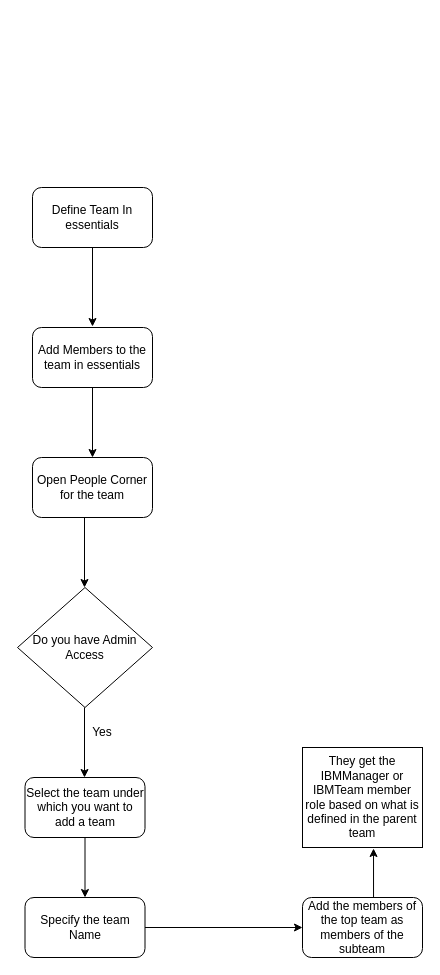
bhagyaravi/knative-ocp-3.11 keeps this draw.io diagram as Nested Team Management.drawio. Above is the earlier version. Source tidied: cells renumbered, new cells numbered last; positions are measured from the earlier drawing's top-left corner, leaving out a move shared by most shapes. Both pictures are drawn from the tidied source at 100%, with x=0, y=0 at pixel (17, 187).
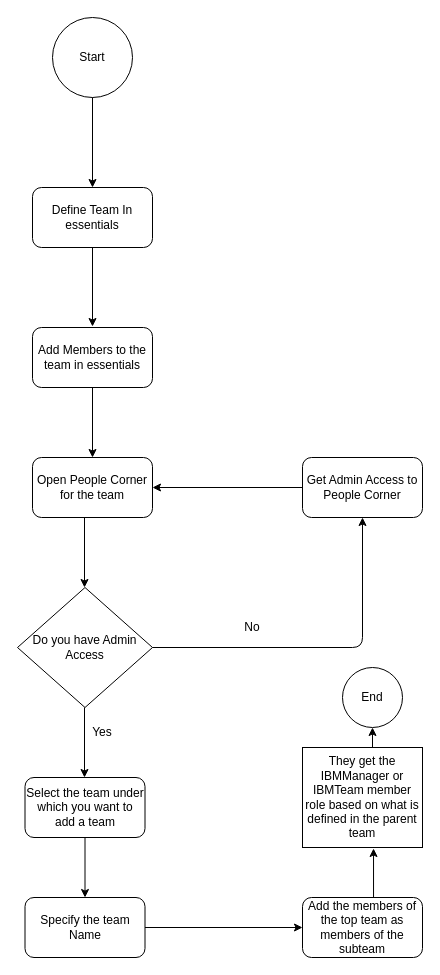
After the change.

Unchanged cells that the change refers to:
```xml
<mxCell id="2" value="Define Team In essentials" style="rounded=1;whiteSpace=wrap;html=1;" parent="1" vertex="1">
  <mxGeometry x="15" width="120" height="60" as="geometry" />
</mxCell>
<mxCell id="4" value="Open People Corner for the team" style="rounded=1;whiteSpace=wrap;html=1;" parent="1" vertex="1">
  <mxGeometry x="15" y="270" width="120" height="60" as="geometry" />
</mxCell>
<mxCell id="5" value="Do you have Admin Access" style="rhombus;whiteSpace=wrap;html=1;" parent="1" vertex="1">
  <mxGeometry y="400" width="135" height="120" as="geometry" />
</mxCell>
```

The edit, as a diff of the source:
```diff
@@
+    <mxCell id="18" value="No" style="text;html=1;strokeColor=none;fillColor=none;align=center;verticalAlign=middle;whiteSpace=wrap;rounded=0;" parent="1" vertex="1">
+      <mxGeometry x="215" y="430" width="40" height="20" as="geometry" />
+    </mxCell>
+    <mxCell id="19" style="endArrow=classic;html=1;exitX=1;exitY=0.5;exitDx=0;exitDy=0;" parent="1" edge="1" source="5" target="20">
+      <mxGeometry relative="1" as="geometry">
+        <Array as="points">
+          <mxPoint x="345" y="460" />
+        </Array>
+      </mxGeometry>
+    </mxCell>
+    <mxCell id="20" value="Get Admin Access to People Corner" style="rounded=1;whiteSpace=wrap;html=1;" parent="1" vertex="1">
+      <mxGeometry x="285" y="270" width="120" height="60" as="geometry" />
+    </mxCell>
+    <mxCell id="21" style="endArrow=classic;html=1;exitX=0;exitY=0.5;exitDx=0;exitDy=0;entryX=1;entryY=0.5;entryDx=0;entryDy=0;" parent="1" edge="1" source="20" target="4">
+      <mxGeometry relative="1" as="geometry" />
+    </mxCell>
+    <mxCell id="22" value="End" style="ellipse;whiteSpace=wrap;html=1;" parent="1" vertex="1">
+      <mxGeometry x="325" y="480" width="60" height="60" as="geometry" />
+    </mxCell>
+    <mxCell id="23" style="endArrow=classic;html=1;entryX=0.5;entryY=1;entryDx=0;entryDy=0;" parent="1" edge="1" target="22">
+      <mxGeometry relative="1" as="geometry">
+        <mxPoint x="355" y="560" as="sourcePoint" />
+      </mxGeometry>
+    </mxCell>
+    <mxCell id="24" value="Start" style="ellipse;whiteSpace=wrap;html=1;" parent="1" vertex="1">
+      <mxGeometry x="35" y="-170" width="80" height="80" as="geometry" />
+    </mxCell>
+    <mxCell id="25" style="endArrow=classic;html=1;entryX=0.5;entryY=0;entryDx=0;entryDy=0;exitX=0.5;exitY=1;exitDx=0;exitDy=0;" parent="1" edge="1" source="24" target="2">
+      <mxGeometry relative="1" as="geometry" />
+    </mxCell>
```
